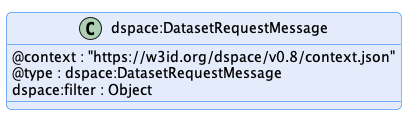
International-Data-Spaces-Association/ids-specification keeps this PlantUML diagram as catalog/message/diagram/dataset-request-message.png. Above is the earlier version. Its diagram source:
```plantuml
@startuml "dataset-request-message"
!pragma layout smetana

!include ../../../common/style/diagram.styles.puml

hide empty description


class "dspace:DatasetRequestMessage" {
    @context : "https://w3id.org/dspace/v0.8/context.json"
    @type : dspace:DatasetRequestMessage
    dspace:filter : Object
}

@enduml
```
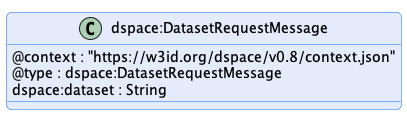
Above is the later version.

Commit message:
fix the dataset-request-message diagram

Diff of the diagram source:
```diff
@@ -9,7 +9,7 @@
 class "dspace:DatasetRequestMessage" {
     @context : "https://w3id.org/dspace/v0.8/context.json"
     @type : dspace:DatasetRequestMessage
-    dspace:filter : Object
+    dspace:dataset : String
 }
 
 @enduml
```
